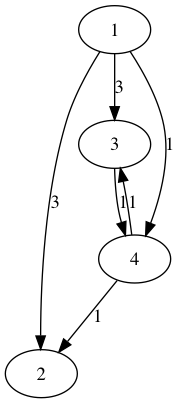
Above: Graphs/graph1.png in matvamo/FloydWarshall (Graphviz), before the change. Its source is kept beside it as Graphs/graph1.dot.
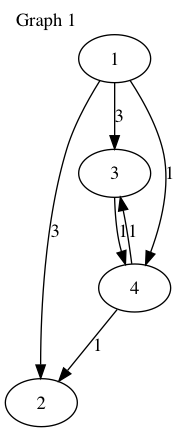
Above is the later version.

Commit message:
Edit graph dotfiles and images to include caption

What changed in the source:
```diff
@@ -1,4 +1,7 @@
 digraph {
+    label="Graph 1";
+    labelloc=top;
+    labeljust=left;
     1 -> 2[label="3", weight="3"];
     1 -> 3[label="3", weight="3"];
     1 -> 4[label="1", weight="1"];
```
